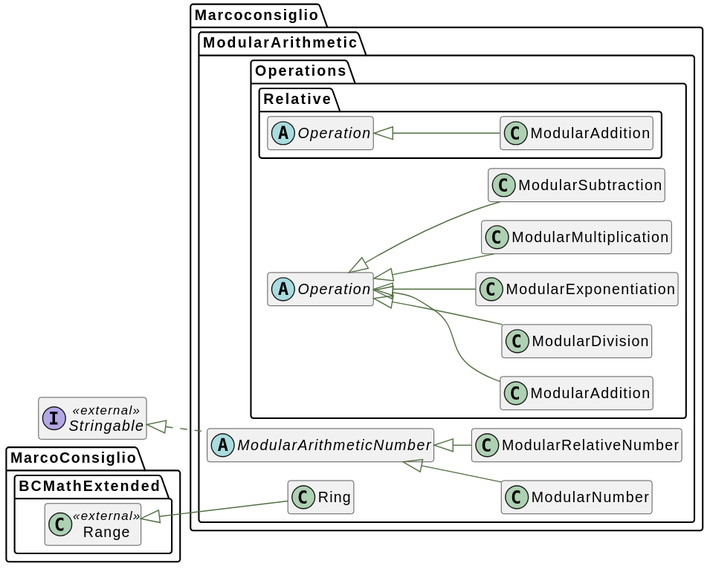
The PlantUML diagram docs/html/graphs/classes.svg in MarcoConsiglio/php-modular-arithmetic, before a commit.
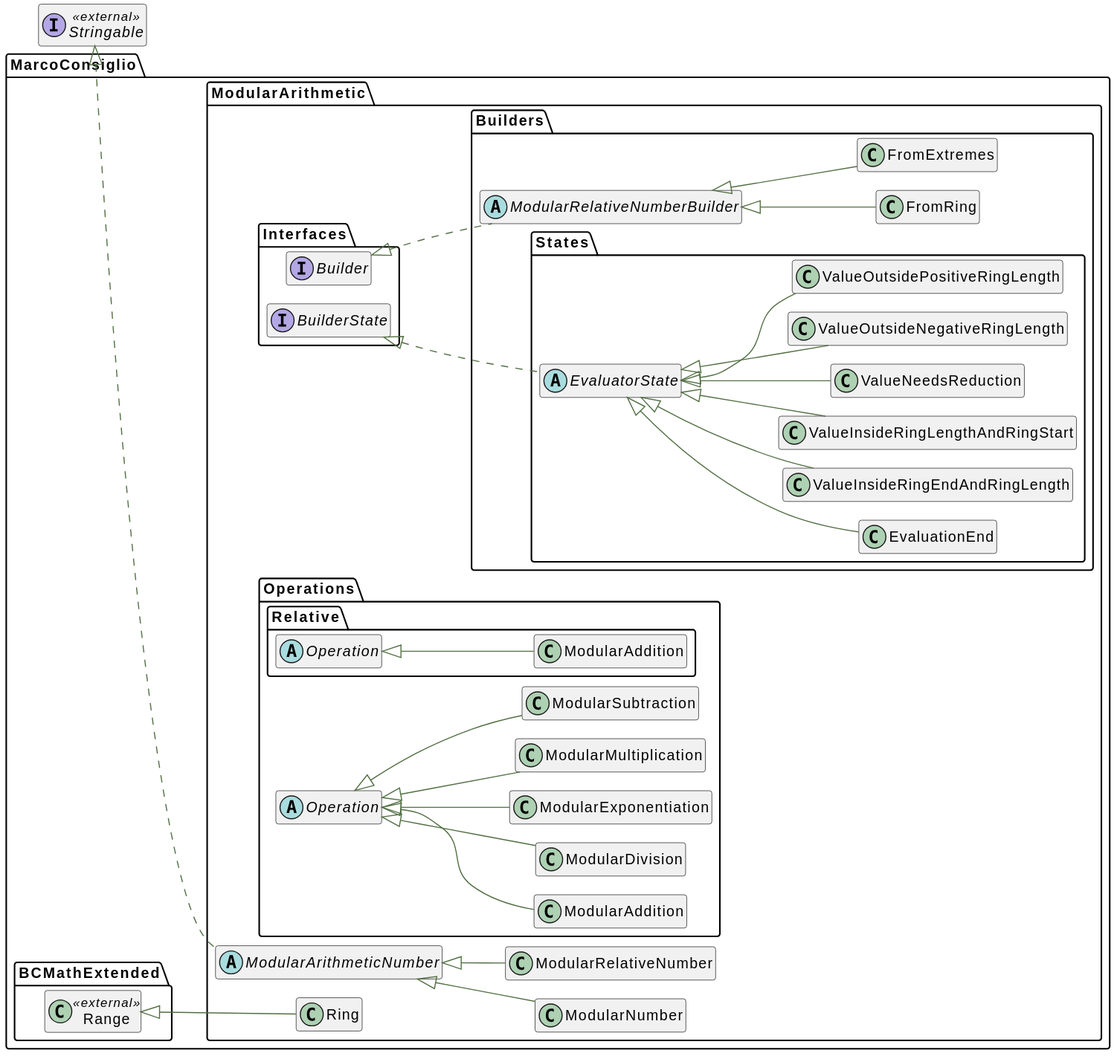
After the change.

The edit, as a diff of the source:
```diff
@@ -15,56 +15,104 @@
 
 interface "Stringable" as Stringable__class << external >>{
 }
-namespace Marcoconsiglio\\ModularArithmetic {
+namespace MarcoConsiglio\\ModularArithmetic {
     abstract  class "ModularArithmeticNumber" as ModularArithmeticNumber__class    implements \\Stringable__class {
     }
 }
-namespace Marcoconsiglio\\ModularArithmetic {
-     class "ModularNumber" as ModularNumber__class   extends \\Marcoconsiglio\\ModularArithmetic\\ModularArithmeticNumber__class  {
+namespace MarcoConsiglio\\ModularArithmetic {
+     class "ModularNumber" as ModularNumber__class   extends \\MarcoConsiglio\\ModularArithmetic\\ModularArithmeticNumber__class  {
     }
 }
-namespace Marcoconsiglio\\ModularArithmetic {
-     class "ModularRelativeNumber" as ModularRelativeNumber__class   extends \\Marcoconsiglio\\ModularArithmetic\\ModularArithmeticNumber__class  {
+namespace MarcoConsiglio\\ModularArithmetic {
+     class "ModularRelativeNumber" as ModularRelativeNumber__class   extends \\MarcoConsiglio\\ModularArithmetic\\ModularArithmeticNumber__class  {
     }
 }
 namespace MarcoConsiglio\\BCMathExtended {
     class "Range" as Range__class << external >>{
     }
 }
-namespace Marcoconsiglio\\ModularArithmetic {
+namespace MarcoConsiglio\\ModularArithmetic {
      class "Ring" as Ring__class   extends \\MarcoConsiglio\\BCMathExtended\\Range__class  {
     }
 }
-namespace Marcoconsiglio\\ModularArithmetic\\Operations {
+namespace MarcoConsiglio\\ModularArithmetic\\Interfaces {
+    interface "Builder" as Builder__interface  {
+    }
+}
+namespace MarcoConsiglio\\ModularArithmetic\\Builders {
+    abstract  class "ModularRelativeNumberBuilder" as ModularRelativeNumberBuilder__class    implements \\MarcoConsiglio\\ModularArithmetic\\Interfaces\\Builder__interface {
+    }
+}
+namespace MarcoConsiglio\\ModularArithmetic\\Builders {
+     class "FromExtremes" as FromExtremes__class   extends \\MarcoConsiglio\\ModularArithmetic\\Builders\\ModularRelativeNumberBuilder__class  {
+    }
+}
+namespace MarcoConsiglio\\ModularArithmetic\\Builders {
+     class "FromRing" as FromRing__class   extends \\MarcoConsiglio\\ModularArithmetic\\Builders\\ModularRelativeNumberBuilder__class  {
+    }
+}
+namespace MarcoConsiglio\\ModularArithmetic\\Interfaces {
+    interface "BuilderState" as BuilderState__interface  {
+    }
+}
+namespace MarcoConsiglio\\ModularArithmetic\\Builders\\States {
+    abstract  class "EvaluatorState" as EvaluatorState__class    implements \\MarcoConsiglio\\ModularArithmetic\\Interfaces\\BuilderState__interface {
+    }
+}
+namespace MarcoConsiglio\\ModularArithmetic\\Builders\\States {
+     class "EvaluationEnd" as EvaluationEnd__class   extends \\MarcoConsiglio\\ModularArithmetic\\Builders\\States\\EvaluatorState__class  {
+    }
+}
+namespace MarcoConsiglio\\ModularArithmetic\\Builders\\States {
+     class "ValueInsideRingEndAndRingLength" as ValueInsideRingEndAndRingLength__class   extends \\MarcoConsiglio\\ModularArithmetic\\Builders\\States\\EvaluatorState__class  {
+    }
+}
+namespace MarcoConsiglio\\ModularArithmetic\\Builders\\States {
+     class "ValueInsideRingLengthAndRingStart" as ValueInsideRingLengthAndRingStart__class   extends \\MarcoConsiglio\\ModularArithmetic\\Builders\\States\\EvaluatorState__class  {
+    }
+}
+namespace MarcoConsiglio\\ModularArithmetic\\Builders\\States {
+     class "ValueNeedsReduction" as ValueNeedsReduction__class   extends \\MarcoConsiglio\\ModularArithmetic\\Builders\\States\\EvaluatorState__class  {
+    }
+}
+namespace MarcoConsiglio\\ModularArithmetic\\Builders\\States {
+     class "ValueOutsideNegativeRingLength" as ValueOutsideNegativeRingLength__class   extends \\MarcoConsiglio\\ModularArithmetic\\Builders\\States\\EvaluatorState__class  {
+    }
+}
+namespace MarcoConsiglio\\ModularArithmetic\\Builders\\States {
+     class "ValueOutsidePositiveRingLength" as ValueOutsidePositiveRingLength__class   extends \\MarcoConsiglio\\ModularArithmetic\\Builders\\States\\EvaluatorState__class  {
+    }
+}
+namespace MarcoConsiglio\\ModularArithmetic\\Operations {
     abstract  class "Operation" as Operation__class    {
     }
 }
-namespace Marcoconsiglio\\ModularArithmetic\\Operations {
-     class "ModularAddition" as ModularAddition__class   extends \\Marcoconsiglio\\ModularArithmetic\\Operations\\Operation__class  {
+namespace MarcoConsiglio\\ModularArithmetic\\Operations {
+     class "ModularAddition" as ModularAddition__class   extends \\MarcoConsiglio\\ModularArithmetic\\Operations\\Operation__class  {
     }
 }
-namespace Marcoconsiglio\\ModularArithmetic\\Operations {
-     class "ModularDivision" as ModularDivision__class   extends \\Marcoconsiglio\\ModularArithmetic\\Operations\\Operation__class  {
+namespace MarcoConsiglio\\ModularArithmetic\\Operations {
+     class "ModularDivision" as ModularDivision__class   extends \\MarcoConsiglio\\ModularArithmetic\\Operations\\Operation__class  {
     }
 }
-namespace Marcoconsiglio\\ModularArithmetic\\Operations {
-     class "ModularExponentiation" as ModularExponentiation__class   extends \\Marcoconsiglio\\ModularArithmetic\\Operations\\Operation__class  {
+namespace MarcoConsiglio\\ModularArithmetic\\Operations {
+     class "ModularExponentiation" as ModularExponentiation__class   extends \\MarcoConsiglio\\ModularArithmetic\\Operations\\Operation__class  {
     }
 }
-namespace Marcoconsiglio\\ModularArithmetic\\Operations {
-     class "ModularMultiplication" as ModularMultiplication__class   extends \\Marcoconsiglio\\ModularArithmetic\\Operations\\Operation__class  {
+namespace MarcoConsiglio\\ModularArithmetic\\Operations {
+     class "ModularMultiplication" as ModularMultiplication__class   extends \\MarcoConsiglio\\ModularArithmetic\\Operations\\Operation__class  {
     }
 }
-namespace Marcoconsiglio\\ModularArithmetic\\Operations {
-     class "ModularSubtraction" as ModularSubtraction__class   extends \\Marcoconsiglio\\ModularArithmetic\\Operations\\Operation__class  {
+namespace MarcoConsiglio\\ModularArithmetic\\Operations {
+     class "ModularSubtraction" as ModularSubtraction__class   extends \\MarcoConsiglio\\ModularArithmetic\\Operations\\Operation__class  {
     }
 }
-namespace Marcoconsiglio\\ModularArithmetic\\Operations\\Relative {
+namespace MarcoConsiglio\\ModularArithmetic\\Operations\\Relative {
     abstract  class "Operation" as Operation__class    {
     }
 }
-namespace Marcoconsiglio\\ModularArithmetic\\Operations\\Relative {
-     class "ModularAddition" as ModularAddition__class   extends \\Marcoconsiglio\\ModularArithmetic\\Operations\\Relative\\Operation__class  {
+namespace MarcoConsiglio\\ModularArithmetic\\Operations\\Relative {
+     class "ModularAddition" as ModularAddition__class   extends \\MarcoConsiglio\\ModularArithmetic\\Operations\\Relative\\Operation__class  {
     }
 }
 @enduml
```
